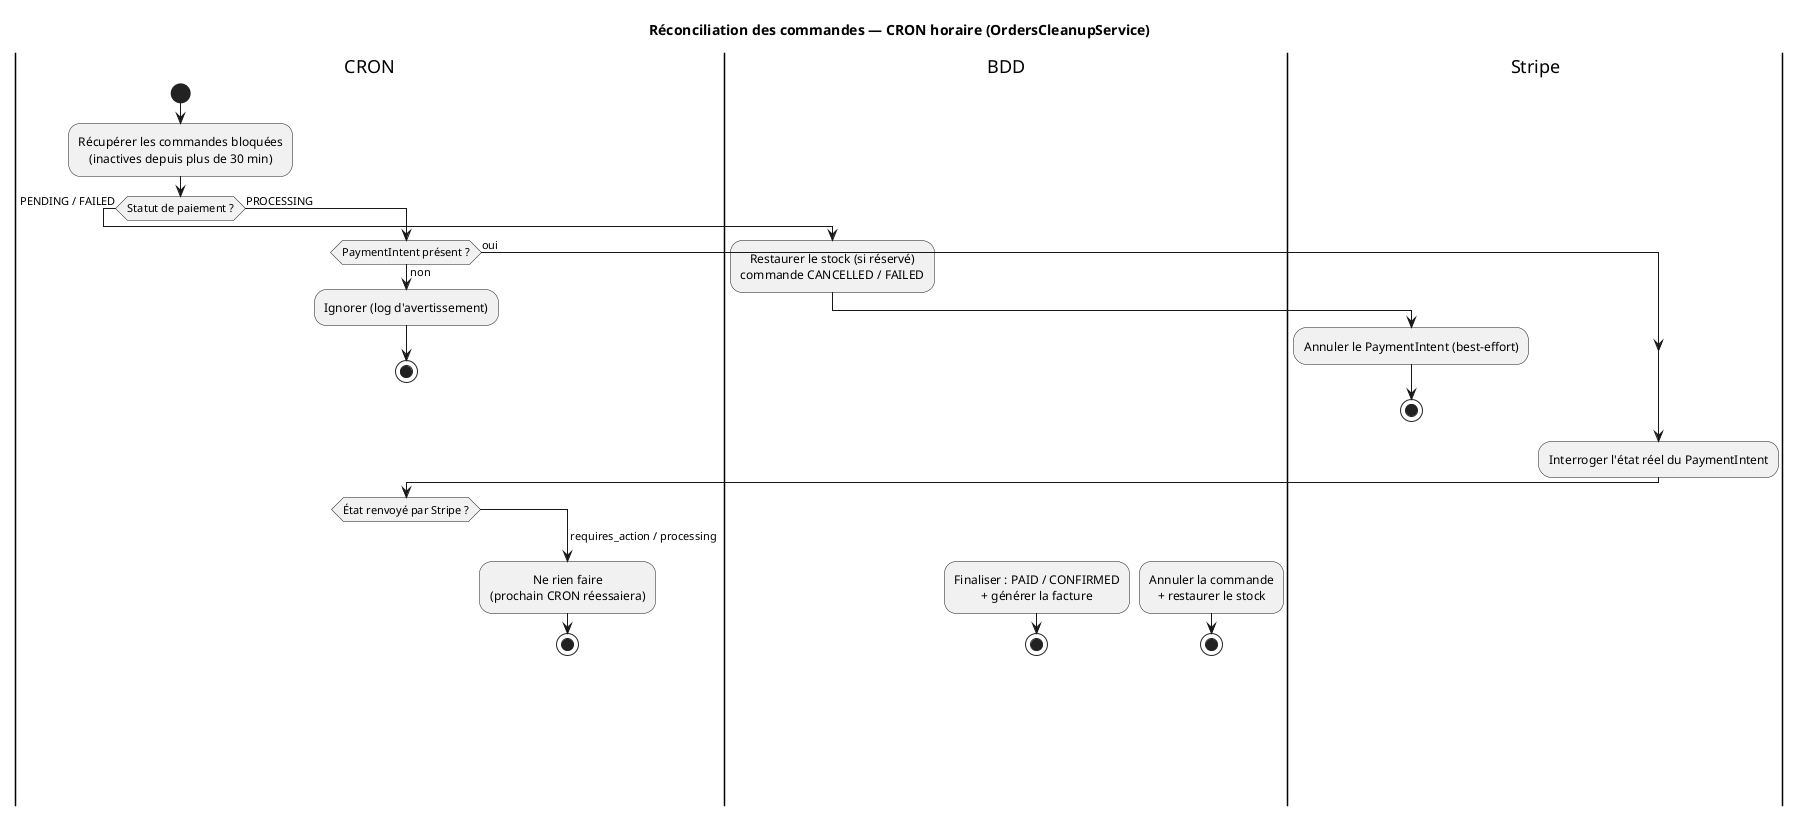
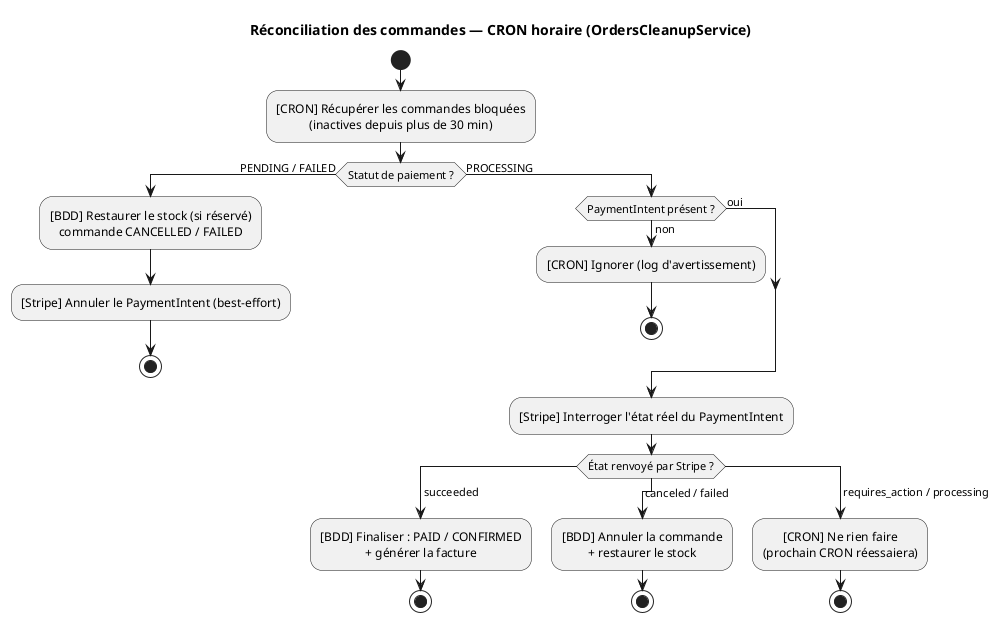
@startuml
' Diagramme d'ACTIVITE UML - reconciliation des commandes (CRON horaire)
' Rendu : https://www.planttext.com  ou  https://www.plantuml.com/plantuml
- ' Couloirs : CRON | API Stripe | Base de donnees
+ ' Systeme responsable indique par prefixe : [CRON] | [Stripe] | [BDD]
skinparam defaultTextAlignment center
title Réconciliation des commandes — CRON horaire (OrdersCleanupService)

- |CRON|
start
- :Récupérer les commandes bloquées\n(inactives depuis plus de 30 min);
+ :[CRON] Récupérer les commandes bloquées\n(inactives depuis plus de 30 min);
if (Statut de paiement ?) then (PENDING / FAILED)
-   |BDD|
-   :Restaurer le stock (si réservé)\ncommande CANCELLED / FAILED;
-   |Stripe|
-   :Annuler le PaymentIntent (best-effort);
+   :[BDD] Restaurer le stock (si réservé)\ncommande CANCELLED / FAILED;
+   :[Stripe] Annuler le PaymentIntent (best-effort);
  stop
else (PROCESSING)
-   |CRON|
  if (PaymentIntent présent ?) then (non)
-     :Ignorer (log d'avertissement);
+     :[CRON] Ignorer (log d'avertissement);
    stop
  else (oui)
  endif
-   |Stripe|
-   :Interroger l'état réel du PaymentIntent;
-   |CRON|
+   :[Stripe] Interroger l'état réel du PaymentIntent;
  switch (État renvoyé par Stripe ?)
  case ( succeeded )
-     |BDD|
-     :Finaliser : PAID / CONFIRMED\n+ générer la facture;
+     :[BDD] Finaliser : PAID / CONFIRMED\n+ générer la facture;
    stop
  case ( canceled / failed )
-     |BDD|
-     :Annuler la commande\n+ restaurer le stock;
+     :[BDD] Annuler la commande\n+ restaurer le stock;
    stop
  case ( requires_action / processing )
-     |CRON|
-     :Ne rien faire\n(prochain CRON réessaiera);
+     :[CRON] Ne rien faire\n(prochain CRON réessaiera);
    stop
  endswitch
endif
@enduml
